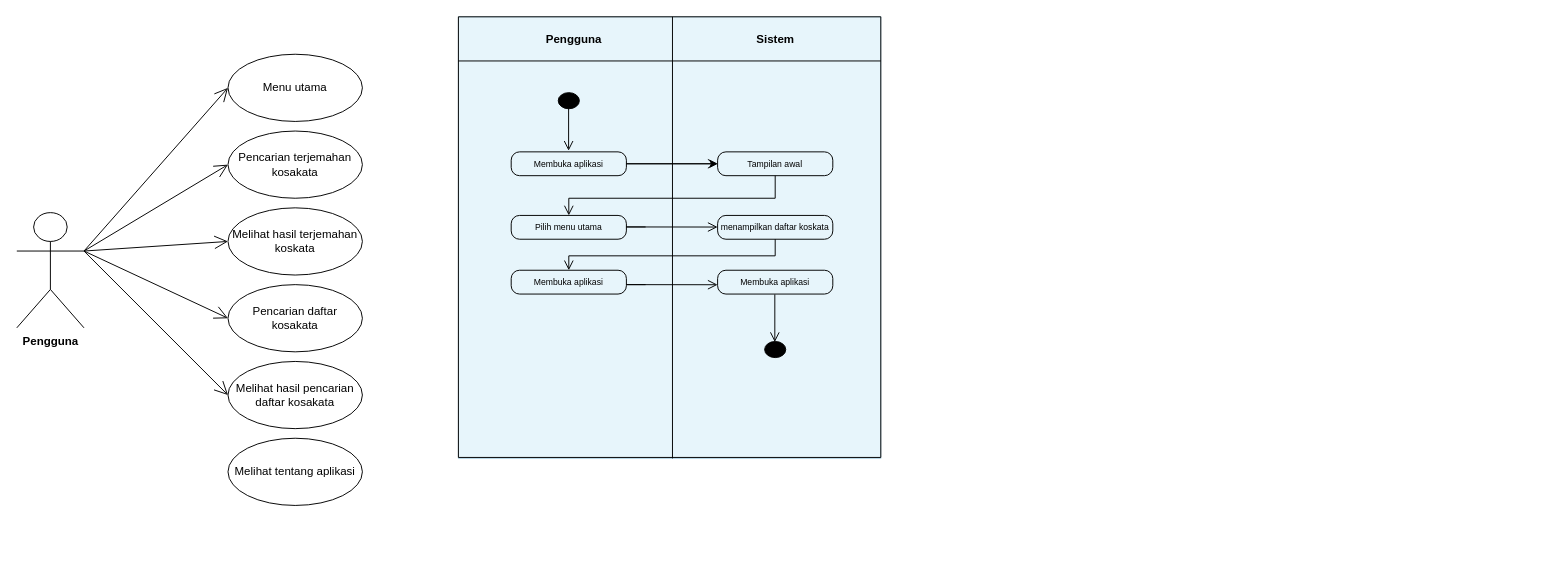
MuhammadFahril45/BELAJAR-PHP-OOP-DATA-MAHASISWA keeps this draw.io diagram as Untitled Diagram.drawio. Above is the earlier version. Source tidied: cells renumbered, new cells numbered last; positions are measured from the earlier drawing's top-left corner, leaving out a move shared by most shapes. Both pictures are drawn from the tidied source at 96%, with x=0, y=0 at pixel (16, 16).
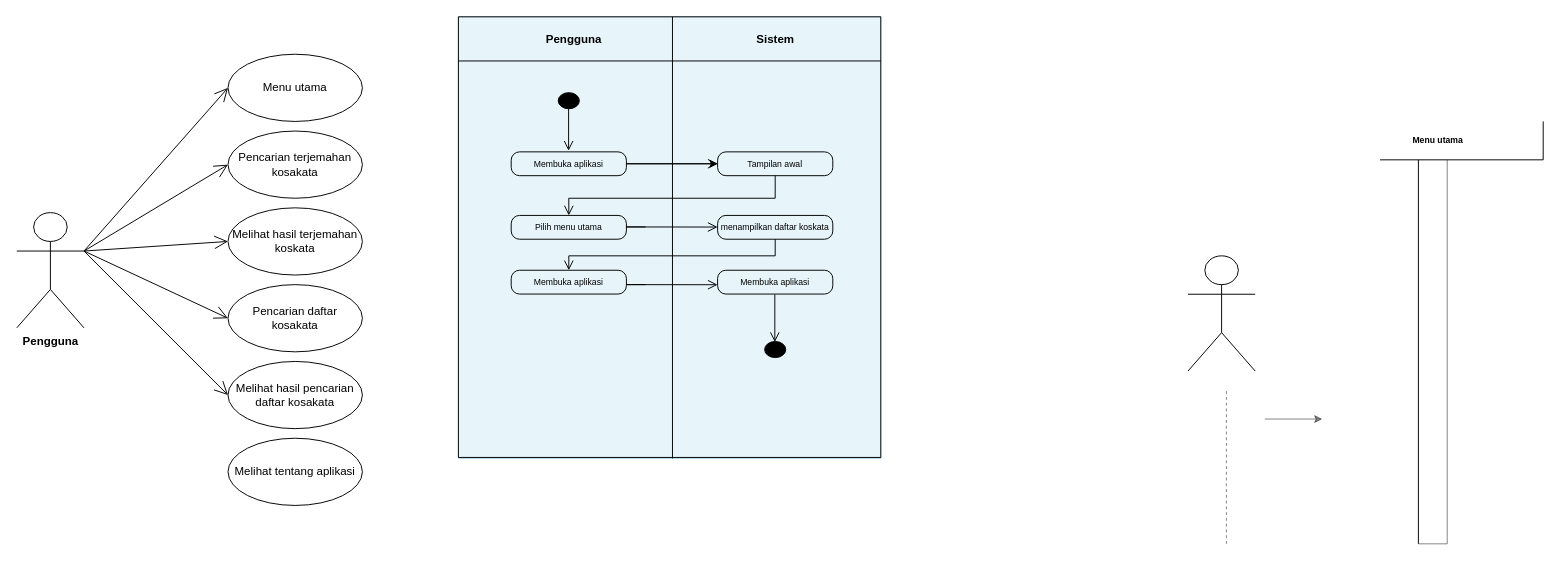
After the change.

The edit, as a diff of the source:
```diff
@@
+    <mxCell id="39" style="shape=umlActor;verticalLabelPosition=bottom;verticalAlign=top;html=1;" parent="1" vertex="1">
+      <mxGeometry x="1220" y="249" width="70" height="120" as="geometry" />
+    </mxCell>
+    <mxCell id="40" style="endArrow=none;html=1;rounded=0;fontSize=9;fontColor=#000000;strokeColor=#000000;" parent="1" edge="1">
+      <mxGeometry relative="1" as="geometry">
+        <mxPoint x="1590" y="149" as="sourcePoint" />
+        <mxPoint x="1420" y="149" as="targetPoint" />
+      </mxGeometry>
+    </mxCell>
+    <mxCell id="41" style="endArrow=none;html=1;rounded=0;fontSize=9;fontColor=#000000;strokeColor=#000000;" parent="1" edge="1">
+      <mxGeometry relative="1" as="geometry">
+        <mxPoint x="1590" y="149" as="sourcePoint" />
+        <mxPoint x="1590" y="109" as="targetPoint" />
+      </mxGeometry>
+    </mxCell>
+    <mxCell id="42" style="endArrow=none;html=1;rounded=0;fontSize=9;fontColor=#000000;strokeColor=#000000;" parent="1" edge="1">
+      <mxGeometry relative="1" as="geometry">
+        <mxPoint x="1460" y="549" as="sourcePoint" />
+        <mxPoint x="1460" y="149" as="targetPoint" />
+      </mxGeometry>
+    </mxCell>
+    <mxCell id="43" style="endArrow=none;html=1;rounded=0;fontSize=9;fontColor=#000000;strokeColor=#000000;opacity=50;" parent="1" edge="1">
+      <mxGeometry relative="1" as="geometry">
+        <mxPoint x="1490" y="549" as="sourcePoint" />
+        <mxPoint x="1490" y="149" as="targetPoint" />
+      </mxGeometry>
+    </mxCell>
+    <mxCell id="44" style="endArrow=none;html=1;rounded=0;fontSize=9;fontColor=#000000;strokeColor=#000000;opacity=50;" parent="1" edge="1">
+      <mxGeometry relative="1" as="geometry">
+        <mxPoint x="1460" y="549" as="sourcePoint" />
+        <mxPoint x="1490" y="549" as="targetPoint" />
+      </mxGeometry>
+    </mxCell>
+    <mxCell id="45" style="endArrow=none;dashed=1;html=1;rounded=0;fontSize=9;fontColor=#000000;strokeColor=#000000;opacity=50;" parent="1" edge="1">
+      <mxGeometry relative="1" as="geometry">
+        <mxPoint x="1260" y="549" as="sourcePoint" />
+        <mxPoint x="1260" y="389" as="targetPoint" />
+      </mxGeometry>
+    </mxCell>
+    <mxCell id="46" style="endArrow=classic;html=1;rounded=0;fontSize=9;fontColor=#000000;strokeColor=#000000;opacity=50;" parent="1" edge="1">
+      <mxGeometry relative="1" as="geometry">
+        <mxPoint x="1300" y="419" as="sourcePoint" />
+        <mxPoint x="1360" y="419" as="targetPoint" />
+      </mxGeometry>
+    </mxCell>
+    <mxCell id="47" value="&lt;b&gt;Menu utama&lt;/b&gt;" style="text;html=1;align=center;verticalAlign=middle;fillColor=none;strokeColor=none;rounded=0;fontSize=9;fontColor=#000000;" parent="1" vertex="1">
+      <mxGeometry x="1440" y="119" width="80" height="20" as="geometry" />
+    </mxCell>
```
